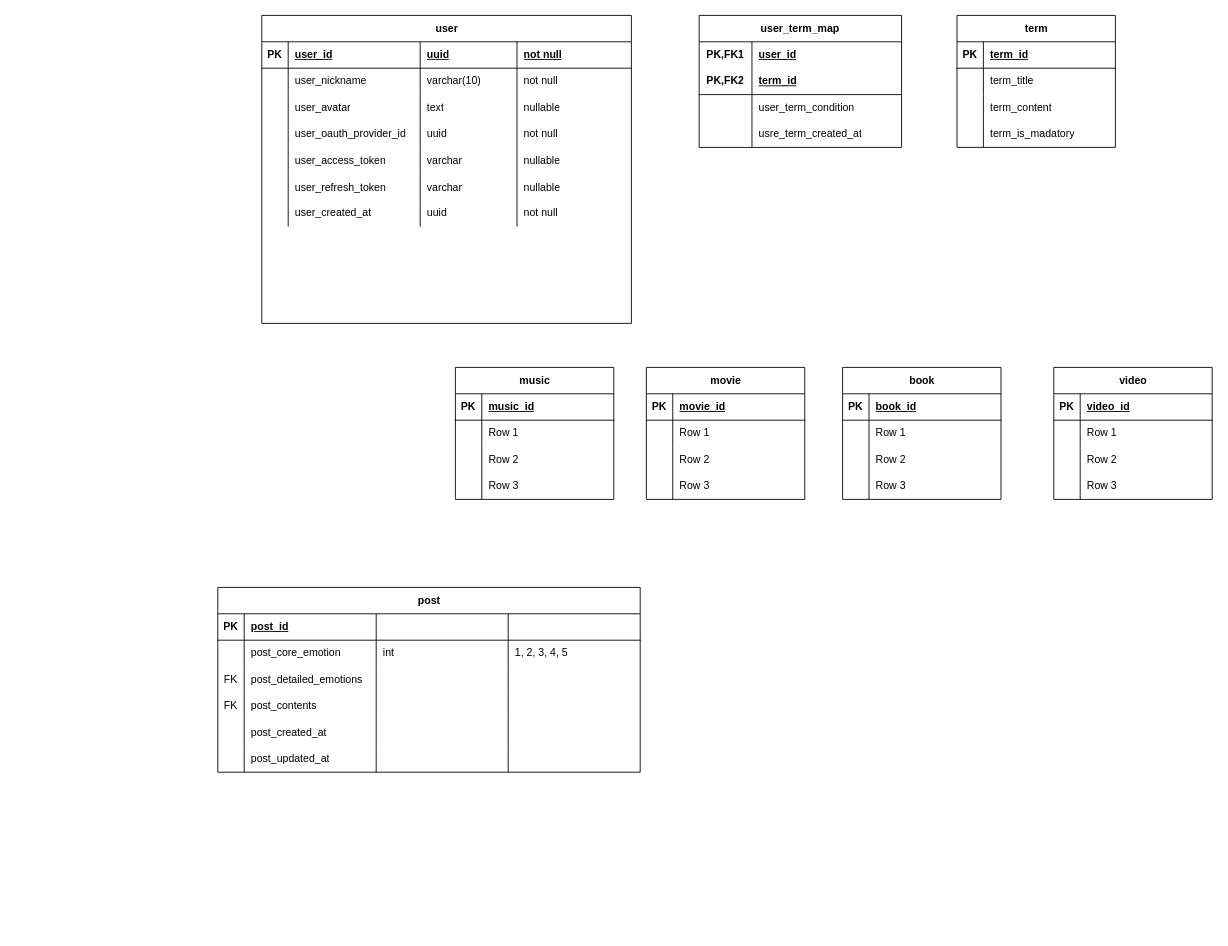
Earlier version of the draw.io diagram soaf-be.drawio (soaf-team/soaf_be). Source tidied: cells renumbered, new cells numbered last; positions are measured from the earlier drawing's top-left corner, leaving out a move shared by most shapes. Both pictures are drawn from the tidied source at 88%, with x=0, y=0 at pixel (217, 15).
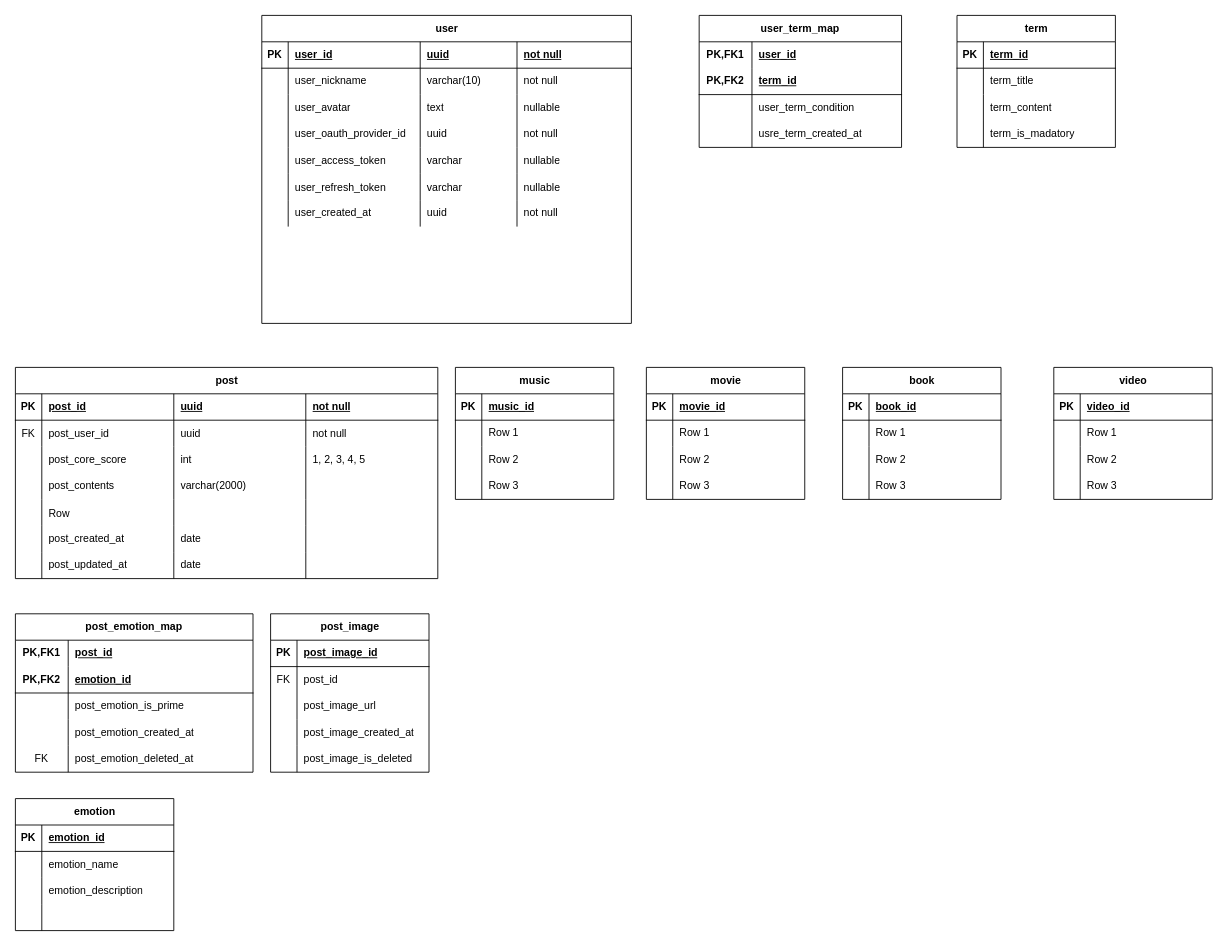
After the change.

The change refers to these unchanged cells:
```xml
<mxCell id="65" style="shape=tableRow;horizontal=0;startSize=0;swimlaneHead=0;swimlaneBody=0;fillColor=none;top=0;left=0;right=0;bottom=1;" parent="64" vertex="1">
  <mxGeometry y="30" width="480" height="30" as="geometry" />
</mxCell>
<mxCell id="80" style="shape=tableRow;horizontal=0;startSize=0;swimlaneHead=0;swimlaneBody=0;fillColor=none;top=0;left=0;right=0;bottom=0;" parent="64" vertex="1">
  <mxGeometry y="120" width="480" height="30" as="geometry" />
</mxCell>
```

What changed in the source:
```diff
@@
     <mxCell id="64" value="post" style="shape=table;startSize=30;childLayout=tableLayout;rowLines=0;fontStyle=1;align=center;html=1;" parent="1" vertex="1">
-      <mxGeometry y="650" width="480" height="210" as="geometry" />
+      <mxGeometry x="-230" y="400" width="480" height="240" as="geometry" />
     </mxCell>
@@
-    <mxCell id="68" style="shape=partialRectangle;fillColor=none;top=0;left=0;bottom=0;right=0;align=left;spacingLeft=6;fontStyle=5;overflow=hidden;whiteSpace=wrap;html=1;" parent="65" vertex="1">
+    <mxCell id="68" value="uuid" style="shape=partialRectangle;fillColor=none;top=0;left=0;bottom=0;right=0;align=left;spacingLeft=6;fontStyle=5;overflow=hidden;whiteSpace=wrap;html=1;" parent="65" vertex="1">
       <mxGeometry x="180" width="150" height="30" as="geometry" />
     </mxCell>
-    <mxCell id="69" style="shape=partialRectangle;fillColor=none;top=0;left=0;bottom=0;right=0;align=left;spacingLeft=6;fontStyle=5;overflow=hidden;whiteSpace=wrap;html=1;" parent="65" vertex="1">
+    <mxCell id="69" value="not null" style="shape=partialRectangle;fillColor=none;top=0;left=0;bottom=0;right=0;align=left;spacingLeft=6;fontStyle=5;overflow=hidden;whiteSpace=wrap;html=1;" parent="65" vertex="1">
       <mxGeometry x="330" width="150" height="30" as="geometry" />
     </mxCell>
+    <mxCell id="147" style="shape=tableRow;horizontal=0;startSize=0;swimlaneHead=0;swimlaneBody=0;fillColor=none;top=0;left=0;right=0;bottom=0;" parent="64" vertex="1">
+      <mxGeometry y="60" width="480" height="30" as="geometry" />
+    </mxCell>
+    <mxCell id="148" value="FK" style="shape=partialRectangle;fillColor=none;top=0;left=0;bottom=0;right=0;overflow=hidden;" parent="147" vertex="1">
+      <mxGeometry width="30" height="30" as="geometry" />
+    </mxCell>
+    <mxCell id="149" value="post_user_id" style="shape=partialRectangle;fillColor=none;top=0;left=0;bottom=0;right=0;align=left;spacingLeft=6;overflow=hidden;" parent="147" vertex="1">
+      <mxGeometry x="30" width="150" height="30" as="geometry" />
+    </mxCell>
+    <mxCell id="150" value="uuid" style="shape=partialRectangle;fillColor=none;top=0;left=0;bottom=0;right=0;align=left;spacingLeft=6;overflow=hidden;" parent="147" vertex="1">
+      <mxGeometry x="180" width="150" height="30" as="geometry" />
+    </mxCell>
+    <mxCell id="151" value="not null" style="shape=partialRectangle;fillColor=none;top=0;left=0;bottom=0;right=0;align=left;spacingLeft=6;overflow=hidden;" parent="147" vertex="1">
+      <mxGeometry x="330" width="150" height="30" as="geometry" />
+    </mxCell>
     <mxCell id="70" style="shape=tableRow;horizontal=0;startSize=0;swimlaneHead=0;swimlaneBody=0;fillColor=none;top=0;left=0;right=0;bottom=0;" parent="64" vertex="1">
-      <mxGeometry y="60" width="480" height="30" as="geometry" />
+      <mxGeometry y="90" width="480" height="30" as="geometry" />
     </mxCell>
@@
-    <mxCell id="72" value="post_core_emotion" style="shape=partialRectangle;fillColor=none;top=0;left=0;bottom=0;right=0;align=left;spacingLeft=6;overflow=hidden;whiteSpace=wrap;html=1;" parent="70" vertex="1">
+    <mxCell id="72" value="post_core_score" style="shape=partialRectangle;fillColor=none;top=0;left=0;bottom=0;right=0;align=left;spacingLeft=6;overflow=hidden;whiteSpace=wrap;html=1;" parent="70" vertex="1">
       <mxGeometry x="30" width="150" height="30" as="geometry" />
     </mxCell>
@@
-    <mxCell id="75" style="shape=tableRow;horizontal=0;startSize=0;swimlaneHead=0;swimlaneBody=0;fillColor=none;top=0;left=0;right=0;bottom=0;" parent="64" vertex="1">
-      <mxGeometry y="90" width="480" height="30" as="geometry" />
-    </mxCell>
-    <mxCell id="76" value="FK" style="shape=partialRectangle;fillColor=none;top=0;left=0;bottom=0;right=0;fontStyle=0;overflow=hidden;whiteSpace=wrap;html=1;" parent="75" vertex="1">
-      <mxGeometry width="30" height="30" as="geometry" />
-    </mxCell>
-    <mxCell id="77" value="post_detailed_emotions" style="shape=partialRectangle;fillColor=none;top=0;left=0;bottom=0;right=0;align=left;spacingLeft=6;fontStyle=0;overflow=hidden;whiteSpace=wrap;html=1;" parent="75" vertex="1">
-      <mxGeometry x="30" width="150" height="30" as="geometry" />
-    </mxCell>
-    <mxCell id="78" style="shape=partialRectangle;fillColor=none;top=0;left=0;bottom=0;right=0;align=left;spacingLeft=6;fontStyle=0;overflow=hidden;whiteSpace=wrap;html=1;" parent="75" vertex="1">
-      <mxGeometry x="180" width="150" height="30" as="geometry" />
-    </mxCell>
-    <mxCell id="79" style="shape=partialRectangle;fillColor=none;top=0;left=0;bottom=0;right=0;align=left;spacingLeft=6;fontStyle=0;overflow=hidden;whiteSpace=wrap;html=1;" parent="75" vertex="1">
-      <mxGeometry x="330" width="150" height="30" as="geometry" />
-    </mxCell>
@@
-    <mxCell id="81" value="FK" style="shape=partialRectangle;fillColor=none;top=0;left=0;bottom=0;right=0;fontStyle=0;overflow=hidden;whiteSpace=wrap;html=1;" parent="80" vertex="1">
+    <mxCell id="81" style="shape=partialRectangle;fillColor=none;top=0;left=0;bottom=0;right=0;fontStyle=0;overflow=hidden;whiteSpace=wrap;html=1;" parent="80" vertex="1">
       <mxGeometry width="30" height="30" as="geometry" />
     </mxCell>
@@
-    <mxCell id="83" style="shape=partialRectangle;fillColor=none;top=0;left=0;bottom=0;right=0;align=left;spacingLeft=6;fontStyle=0;overflow=hidden;whiteSpace=wrap;html=1;" parent="80" vertex="1">
+    <mxCell id="83" value="varchar(2000)" style="shape=partialRectangle;fillColor=none;top=0;left=0;bottom=0;right=0;align=left;spacingLeft=6;fontStyle=0;overflow=hidden;whiteSpace=wrap;html=1;" parent="80" vertex="1">
       <mxGeometry x="180" width="150" height="30" as="geometry" />
     </mxCell>
@@
+    <mxCell id="152" style="shape=tableRow;horizontal=0;startSize=0;swimlaneHead=0;swimlaneBody=0;fillColor=none;top=0;left=0;right=0;bottom=0;" parent="64" vertex="1">
+      <mxGeometry y="150" width="480" height="30" as="geometry" />
+    </mxCell>
+    <mxCell id="153" style="shape=partialRectangle;fillColor=none;top=0;left=0;bottom=0;right=0;overflow=hidden;" parent="152" vertex="1">
+      <mxGeometry width="30" height="30" as="geometry" />
+    </mxCell>
+    <mxCell id="154" value="Row" style="shape=partialRectangle;fillColor=none;top=0;left=0;bottom=0;right=0;align=left;spacingLeft=6;overflow=hidden;" parent="152" vertex="1">
+      <mxGeometry x="30" width="150" height="30" as="geometry" />
+    </mxCell>
+    <mxCell id="155" style="shape=partialRectangle;fillColor=none;top=0;left=0;bottom=0;right=0;align=left;spacingLeft=6;overflow=hidden;" parent="152" vertex="1">
+      <mxGeometry x="180" width="150" height="30" as="geometry" />
+    </mxCell>
+    <mxCell id="156" style="shape=partialRectangle;fillColor=none;top=0;left=0;bottom=0;right=0;align=left;spacingLeft=6;overflow=hidden;" parent="152" vertex="1">
+      <mxGeometry x="330" width="150" height="30" as="geometry" />
+    </mxCell>
     <mxCell id="85" style="shape=tableRow;horizontal=0;startSize=0;swimlaneHead=0;swimlaneBody=0;fillColor=none;top=0;left=0;right=0;bottom=0;" parent="64" vertex="1">
-      <mxGeometry y="150" width="480" height="30" as="geometry" />
+      <mxGeometry y="180" width="480" height="30" as="geometry" />
     </mxCell>
@@
-    <mxCell id="88" style="shape=partialRectangle;fillColor=none;top=0;left=0;bottom=0;right=0;align=left;spacingLeft=6;overflow=hidden;whiteSpace=wrap;html=1;" parent="85" vertex="1">
+    <mxCell id="88" value="date" style="shape=partialRectangle;fillColor=none;top=0;left=0;bottom=0;right=0;align=left;spacingLeft=6;overflow=hidden;whiteSpace=wrap;html=1;" parent="85" vertex="1">
       <mxGeometry x="180" width="150" height="30" as="geometry" />
     </mxCell>
@@
     <mxCell id="90" style="shape=tableRow;horizontal=0;startSize=0;swimlaneHead=0;swimlaneBody=0;fillColor=none;top=0;left=0;right=0;bottom=0;" parent="64" vertex="1">
-      <mxGeometry y="180" width="480" height="30" as="geometry" />
+      <mxGeometry y="210" width="480" height="30" as="geometry" />
     </mxCell>
@@
-    <mxCell id="93" style="shape=partialRectangle;fillColor=none;top=0;left=0;bottom=0;right=0;align=left;spacingLeft=6;overflow=hidden;whiteSpace=wrap;html=1;" parent="90" vertex="1">
+    <mxCell id="93" value="date" style="shape=partialRectangle;fillColor=none;top=0;left=0;bottom=0;right=0;align=left;spacingLeft=6;overflow=hidden;whiteSpace=wrap;html=1;" parent="90" vertex="1">
       <mxGeometry x="180" width="150" height="30" as="geometry" />
     </mxCell>
@@
+    <mxCell id="157" value="post_emotion_map" style="shape=table;startSize=30;childLayout=tableLayout;rowLines=0;fontStyle=1;align=center;html=1;whiteSpace=wrap;" parent="1" vertex="1">
+      <mxGeometry x="-230" y="680" width="270" height="180" as="geometry" />
+    </mxCell>
+    <mxCell id="158" style="shape=tableRow;horizontal=0;startSize=0;swimlaneHead=0;swimlaneBody=0;fillColor=none;top=0;left=0;right=0;bottom=0;html=1;" parent="157" vertex="1">
+      <mxGeometry y="30" width="270" height="30" as="geometry" />
+    </mxCell>
+    <mxCell id="159" value="PK,FK1" style="shape=partialRectangle;fillColor=none;top=0;left=0;bottom=0;right=0;fontStyle=1;overflow=hidden;html=1;whiteSpace=wrap;" parent="158" vertex="1">
+      <mxGeometry width="60" height="30" as="geometry" />
+    </mxCell>
+    <mxCell id="160" value="post_id" style="shape=partialRectangle;fillColor=none;top=0;left=0;bottom=0;right=0;align=left;spacingLeft=6;fontStyle=5;overflow=hidden;html=1;whiteSpace=wrap;" parent="158" vertex="1">
+      <mxGeometry x="60" width="210" height="30" as="geometry" />
+    </mxCell>
+    <mxCell id="161" style="shape=tableRow;horizontal=0;startSize=0;swimlaneHead=0;swimlaneBody=0;fillColor=none;top=0;left=0;right=0;bottom=1;html=1;" parent="157" vertex="1">
+      <mxGeometry y="60" width="270" height="30" as="geometry" />
+    </mxCell>
+    <mxCell id="162" value="PK,FK2" style="shape=partialRectangle;fillColor=none;top=0;left=0;bottom=0;right=0;fontStyle=1;overflow=hidden;html=1;whiteSpace=wrap;" parent="161" vertex="1">
+      <mxGeometry width="60" height="30" as="geometry" />
+    </mxCell>
+    <mxCell id="163" value="emotion_id" style="shape=partialRectangle;fillColor=none;top=0;left=0;bottom=0;right=0;align=left;spacingLeft=6;fontStyle=5;overflow=hidden;html=1;whiteSpace=wrap;" parent="161" vertex="1">
+      <mxGeometry x="60" width="210" height="30" as="geometry" />
+    </mxCell>
+    <mxCell id="164" style="shape=tableRow;horizontal=0;startSize=0;swimlaneHead=0;swimlaneBody=0;fillColor=none;top=0;left=0;right=0;bottom=0;html=1;" parent="157" vertex="1">
+      <mxGeometry y="90" width="270" height="30" as="geometry" />
+    </mxCell>
+    <mxCell id="165" style="shape=partialRectangle;fillColor=none;top=0;left=0;bottom=0;right=0;overflow=hidden;html=1;whiteSpace=wrap;" parent="164" vertex="1">
+      <mxGeometry width="60" height="30" as="geometry" />
+    </mxCell>
+    <mxCell id="166" value="post_emotion_is_prime" style="shape=partialRectangle;fillColor=none;top=0;left=0;bottom=0;right=0;align=left;spacingLeft=6;overflow=hidden;html=1;whiteSpace=wrap;" parent="164" vertex="1">
+      <mxGeometry x="60" width="210" height="30" as="geometry" />
+    </mxCell>
+    <mxCell id="167" style="shape=tableRow;horizontal=0;startSize=0;swimlaneHead=0;swimlaneBody=0;fillColor=none;top=0;left=0;right=0;bottom=0;html=1;" parent="157" vertex="1">
+      <mxGeometry y="120" width="270" height="30" as="geometry" />
+    </mxCell>
+    <mxCell id="168" style="shape=partialRectangle;fillColor=none;top=0;left=0;bottom=0;right=0;overflow=hidden;html=1;whiteSpace=wrap;" parent="167" vertex="1">
+      <mxGeometry width="60" height="30" as="geometry" />
+    </mxCell>
+    <mxCell id="169" value="post_emotion_created_at" style="shape=partialRectangle;fillColor=none;top=0;left=0;bottom=0;right=0;align=left;spacingLeft=6;overflow=hidden;html=1;whiteSpace=wrap;" parent="167" vertex="1">
+      <mxGeometry x="60" width="210" height="30" as="geometry" />
+    </mxCell>
+    <mxCell id="170" style="shape=tableRow;horizontal=0;startSize=0;swimlaneHead=0;swimlaneBody=0;fillColor=none;top=0;left=0;right=0;bottom=0;" parent="157" vertex="1">
+      <mxGeometry y="150" width="270" height="30" as="geometry" />
+    </mxCell>
+    <mxCell id="76" value="FK" style="shape=partialRectangle;fillColor=none;top=0;left=0;bottom=0;right=0;fontStyle=0;overflow=hidden;whiteSpace=wrap;html=1;" parent="170" vertex="1">
+      <mxGeometry width="60" height="30" as="geometry" />
+    </mxCell>
+    <mxCell id="171" value="post_emotion_deleted_at" style="shape=partialRectangle;fillColor=none;top=0;left=0;bottom=0;right=0;align=left;spacingLeft=6;fontStyle=0;overflow=hidden;whiteSpace=wrap;html=1;" parent="170" vertex="1">
+      <mxGeometry x="60" width="210" height="30" as="geometry" />
+    </mxCell>
+    <mxCell id="172" value="emotion" style="shape=table;startSize=30;childLayout=tableLayout;rowLines=0;fontStyle=1;align=center;html=1;" parent="1" vertex="1">
+      <mxGeometry x="-230" y="890" width="180" height="150" as="geometry" />
+    </mxCell>
+    <mxCell id="173" style="shape=tableRow;horizontal=0;startSize=0;swimlaneHead=0;swimlaneBody=0;fillColor=none;top=0;left=0;right=0;bottom=1;" parent="172" vertex="1">
+      <mxGeometry y="30" width="180" height="30" as="geometry" />
+    </mxCell>
+    <mxCell id="174" value="PK" style="shape=partialRectangle;fillColor=none;top=0;left=0;bottom=0;right=0;fontStyle=1;overflow=hidden;whiteSpace=wrap;html=1;" parent="173" vertex="1">
+      <mxGeometry width="30" height="30" as="geometry" />
+    </mxCell>
+    <mxCell id="175" value="emotion_id" style="shape=partialRectangle;fillColor=none;top=0;left=0;bottom=0;right=0;align=left;spacingLeft=6;fontStyle=5;overflow=hidden;whiteSpace=wrap;html=1;" parent="173" vertex="1">
+      <mxGeometry x="30" width="150" height="30" as="geometry" />
+    </mxCell>
+    <mxCell id="176" style="shape=tableRow;horizontal=0;startSize=0;swimlaneHead=0;swimlaneBody=0;fillColor=none;top=0;left=0;right=0;bottom=0;" parent="172" vertex="1">
+      <mxGeometry y="60" width="180" height="30" as="geometry" />
+    </mxCell>
+    <mxCell id="177" style="shape=partialRectangle;fillColor=none;top=0;left=0;bottom=0;right=0;overflow=hidden;whiteSpace=wrap;html=1;" parent="176" vertex="1">
+      <mxGeometry width="30" height="30" as="geometry" />
+    </mxCell>
+    <mxCell id="178" value="emotion_name" style="shape=partialRectangle;fillColor=none;top=0;left=0;bottom=0;right=0;align=left;spacingLeft=6;overflow=hidden;whiteSpace=wrap;html=1;" parent="176" vertex="1">
+      <mxGeometry x="30" width="150" height="30" as="geometry" />
+    </mxCell>
+    <mxCell id="179" style="shape=tableRow;horizontal=0;startSize=0;swimlaneHead=0;swimlaneBody=0;fillColor=none;top=0;left=0;right=0;bottom=0;" parent="172" vertex="1">
+      <mxGeometry y="90" width="180" height="30" as="geometry" />
+    </mxCell>
+    <mxCell id="180" style="shape=partialRectangle;fillColor=none;top=0;left=0;bottom=0;right=0;overflow=hidden;whiteSpace=wrap;html=1;" parent="179" vertex="1">
+      <mxGeometry width="30" height="30" as="geometry" />
+    </mxCell>
+    <mxCell id="181" value="emotion_description" style="shape=partialRectangle;fillColor=none;top=0;left=0;bottom=0;right=0;align=left;spacingLeft=6;overflow=hidden;whiteSpace=wrap;html=1;" parent="179" vertex="1">
+      <mxGeometry x="30" width="150" height="30" as="geometry" />
+    </mxCell>
+    <mxCell id="182" style="shape=tableRow;horizontal=0;startSize=0;swimlaneHead=0;swimlaneBody=0;fillColor=none;top=0;left=0;right=0;bottom=0;" parent="172" vertex="1">
+      <mxGeometry y="120" width="180" height="30" as="geometry" />
+    </mxCell>
+    <mxCell id="183" style="shape=partialRectangle;fillColor=none;top=0;left=0;bottom=0;right=0;overflow=hidden;whiteSpace=wrap;html=1;" parent="182" vertex="1">
+      <mxGeometry width="30" height="30" as="geometry" />
+    </mxCell>
+    <mxCell id="184" style="shape=partialRectangle;fillColor=none;top=0;left=0;bottom=0;right=0;align=left;spacingLeft=6;overflow=hidden;whiteSpace=wrap;html=1;" parent="182" vertex="1">
+      <mxGeometry x="30" width="150" height="30" as="geometry" />
+    </mxCell>
+    <mxCell id="185" value="post_image" style="shape=table;startSize=30;childLayout=tableLayout;rowLines=0;fontStyle=1;align=center;html=1;" parent="1" vertex="1">
+      <mxGeometry x="60" y="680" width="180" height="180" as="geometry" />
+    </mxCell>
+    <mxCell id="186" style="shape=tableRow;horizontal=0;startSize=0;swimlaneHead=0;swimlaneBody=0;fillColor=none;top=0;left=0;right=0;bottom=1;" parent="185" vertex="1">
+      <mxGeometry y="30" width="180" height="30" as="geometry" />
+    </mxCell>
+    <mxCell id="187" value="PK" style="shape=partialRectangle;fillColor=none;top=0;left=0;bottom=0;right=0;fontStyle=1;overflow=hidden;whiteSpace=wrap;html=1;" parent="186" vertex="1">
+      <mxGeometry width="30" height="30" as="geometry" />
+    </mxCell>
+    <mxCell id="188" value="post_image_id" style="shape=partialRectangle;fillColor=none;top=0;left=0;bottom=0;right=0;align=left;spacingLeft=6;fontStyle=5;overflow=hidden;whiteSpace=wrap;html=1;" parent="186" vertex="1">
+      <mxGeometry x="30" width="150" height="30" as="geometry" />
+    </mxCell>
+    <mxCell id="189" style="shape=tableRow;horizontal=0;startSize=0;swimlaneHead=0;swimlaneBody=0;fillColor=none;top=0;left=0;right=0;bottom=0;" parent="185" vertex="1">
+      <mxGeometry y="60" width="180" height="30" as="geometry" />
+    </mxCell>
+    <mxCell id="190" value="FK" style="shape=partialRectangle;fillColor=none;top=0;left=0;bottom=0;right=0;overflow=hidden;whiteSpace=wrap;html=1;" parent="189" vertex="1">
+      <mxGeometry width="30" height="30" as="geometry" />
+    </mxCell>
+    <mxCell id="191" value="post_id" style="shape=partialRectangle;fillColor=none;top=0;left=0;bottom=0;right=0;align=left;spacingLeft=6;overflow=hidden;whiteSpace=wrap;html=1;" parent="189" vertex="1">
+      <mxGeometry x="30" width="150" height="30" as="geometry" />
+    </mxCell>
+    <mxCell id="192" style="shape=tableRow;horizontal=0;startSize=0;swimlaneHead=0;swimlaneBody=0;fillColor=none;top=0;left=0;right=0;bottom=0;" parent="185" vertex="1">
+      <mxGeometry y="90" width="180" height="30" as="geometry" />
+    </mxCell>
+    <mxCell id="193" style="shape=partialRectangle;fillColor=none;top=0;left=0;bottom=0;right=0;overflow=hidden;whiteSpace=wrap;html=1;" parent="192" vertex="1">
+      <mxGeometry width="30" height="30" as="geometry" />
+    </mxCell>
+    <mxCell id="194" value="post_image_url" style="shape=partialRectangle;fillColor=none;top=0;left=0;bottom=0;right=0;align=left;spacingLeft=6;overflow=hidden;whiteSpace=wrap;html=1;" parent="192" vertex="1">
+      <mxGeometry x="30" width="150" height="30" as="geometry" />
+    </mxCell>
+    <mxCell id="195" style="shape=tableRow;horizontal=0;startSize=0;swimlaneHead=0;swimlaneBody=0;fillColor=none;top=0;left=0;right=0;bottom=0;" parent="185" vertex="1">
+      <mxGeometry y="120" width="180" height="30" as="geometry" />
+    </mxCell>
+    <mxCell id="196" style="shape=partialRectangle;fillColor=none;top=0;left=0;bottom=0;right=0;overflow=hidden;whiteSpace=wrap;html=1;" parent="195" vertex="1">
+      <mxGeometry width="30" height="30" as="geometry" />
+    </mxCell>
+    <mxCell id="197" value="post_image_created_at" style="shape=partialRectangle;fillColor=none;top=0;left=0;bottom=0;right=0;align=left;spacingLeft=6;overflow=hidden;whiteSpace=wrap;html=1;" parent="195" vertex="1">
+      <mxGeometry x="30" width="150" height="30" as="geometry" />
+    </mxCell>
+    <mxCell id="198" style="shape=tableRow;horizontal=0;startSize=0;swimlaneHead=0;swimlaneBody=0;fillColor=none;top=0;left=0;right=0;bottom=0;" parent="185" vertex="1">
+      <mxGeometry y="150" width="180" height="30" as="geometry" />
+    </mxCell>
+    <mxCell id="199" style="shape=partialRectangle;fillColor=none;top=0;left=0;bottom=0;right=0;fontStyle=0;overflow=hidden;whiteSpace=wrap;html=1;" parent="198" vertex="1">
+      <mxGeometry width="30" height="30" as="geometry" />
+    </mxCell>
+    <mxCell id="200" value="post_image_is_deleted" style="shape=partialRectangle;fillColor=none;top=0;left=0;bottom=0;right=0;align=left;spacingLeft=6;fontStyle=0;overflow=hidden;whiteSpace=wrap;html=1;" parent="198" vertex="1">
+      <mxGeometry x="30" width="150" height="30" as="geometry" />
+    </mxCell>
```
